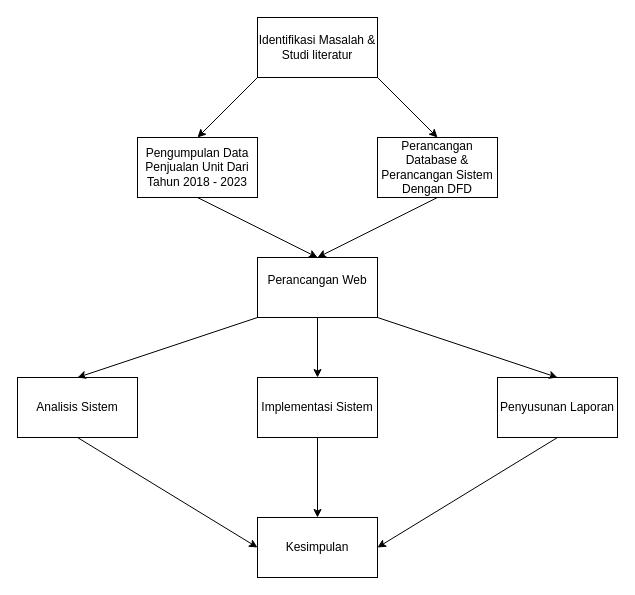
Above: Untitled Diagram.drawio in AkhmadFiqri/Sistemcrudjwd (draw.io), before the change. Source tidied: cells renumbered, new cells numbered last; positions are measured from the earlier drawing's top-left corner, leaving out a move shared by most shapes. Both pictures are drawn from the tidied source at 100%, with x=0, y=0 at pixel (17, 17).
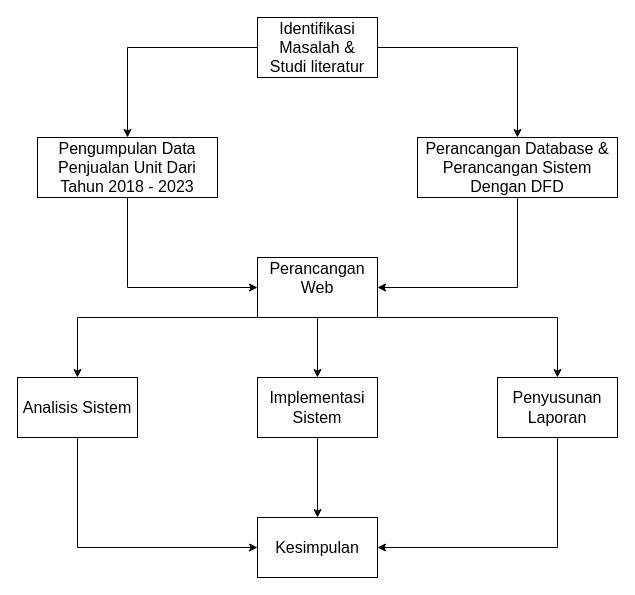
After the change.

Diff of the diagram source:
```diff
@@
-    <mxCell id="2" value="Identifikasi Masalah &amp;amp;&lt;div&gt;Studi literatur&lt;/div&gt;" style="rounded=0;whiteSpace=wrap;html=1;" parent="1" vertex="1">
+    <mxCell id="2" value="Identifikasi Masalah &amp;amp;&lt;div style=&quot;font-size: 16px;&quot;&gt;Studi literatur&lt;/div&gt;" style="rounded=0;whiteSpace=wrap;html=1;fontSize=16;" parent="1" vertex="1">
       <mxGeometry x="240" width="120" height="60" as="geometry" />
     </mxCell>
-    <mxCell id="3" value="Pengumpulan Data Penjualan Unit Dari Tahun 2018 - 2023" style="rounded=0;whiteSpace=wrap;html=1;" parent="1" vertex="1">
-      <mxGeometry x="120" y="120" width="120" height="60" as="geometry" />
+    <mxCell id="3" value="Pengumpulan Data Penjualan Unit Dari Tahun 2018 - 2023" style="rounded=0;whiteSpace=wrap;html=1;fontSize=16;" parent="1" vertex="1">
+      <mxGeometry x="20" y="120" width="180" height="60" as="geometry" />
     </mxCell>
-    <mxCell id="4" value="Perancangan Database &amp;amp; Perancangan Sistem Dengan DFD" style="rounded=0;whiteSpace=wrap;html=1;" parent="1" vertex="1">
-      <mxGeometry x="360" y="120" width="120" height="60" as="geometry" />
+    <mxCell id="4" value="Perancangan Database &amp;amp; Perancangan Sistem Dengan DFD" style="rounded=0;whiteSpace=wrap;html=1;fontSize=16;" parent="1" vertex="1">
+      <mxGeometry x="400" y="120" width="200" height="60" as="geometry" />
     </mxCell>
-    <mxCell id="5" value="Perancangan Web&lt;div&gt;&lt;br&gt;&lt;/div&gt;" style="rounded=0;whiteSpace=wrap;html=1;" parent="1" vertex="1">
+    <mxCell id="5" value="Perancangan Web&lt;div style=&quot;font-size: 16px;&quot;&gt;&lt;br style=&quot;font-size: 16px;&quot;&gt;&lt;/div&gt;" style="rounded=0;whiteSpace=wrap;html=1;fontSize=16;" parent="1" vertex="1">
       <mxGeometry x="240" y="240" width="120" height="60" as="geometry" />
     </mxCell>
-    <mxCell id="6" value="Analisis Sistem" style="rounded=0;whiteSpace=wrap;html=1;" parent="1" vertex="1">
+    <mxCell id="6" value="Analisis Sistem" style="rounded=0;whiteSpace=wrap;html=1;fontSize=16;" parent="1" vertex="1">
       <mxGeometry y="360" width="120" height="60" as="geometry" />
     </mxCell>
-    <mxCell id="7" value="Penyusunan Laporan" style="rounded=0;whiteSpace=wrap;html=1;" parent="1" vertex="1">
+    <mxCell id="7" value="Penyusunan Laporan" style="rounded=0;whiteSpace=wrap;html=1;fontSize=16;" parent="1" vertex="1">
       <mxGeometry x="480" y="360" width="120" height="60" as="geometry" />
     </mxCell>
-    <mxCell id="8" value="Implementasi Sistem" style="rounded=0;whiteSpace=wrap;html=1;" parent="1" vertex="1">
+    <mxCell id="8" value="Implementasi Sistem" style="rounded=0;whiteSpace=wrap;html=1;fontSize=16;" parent="1" vertex="1">
       <mxGeometry x="240" y="360" width="120" height="60" as="geometry" />
     </mxCell>
-    <mxCell id="9" value="Kesimpulan" style="rounded=0;whiteSpace=wrap;html=1;" parent="1" vertex="1">
+    <mxCell id="9" value="Kesimpulan" style="rounded=0;whiteSpace=wrap;html=1;fontSize=16;" parent="1" vertex="1">
       <mxGeometry x="240" y="500" width="120" height="60" as="geometry" />
     </mxCell>
-    <mxCell id="10" style="endArrow=classic;html=1;rounded=0;exitX=1;exitY=1;exitDx=0;exitDy=0;entryX=0.5;entryY=0;entryDx=0;entryDy=0;" parent="1" edge="1" source="2" target="4">
-      <mxGeometry relative="1" as="geometry" />
+    <mxCell id="10" style="endArrow=classic;html=1;rounded=0;exitX=1;exitY=0.5;exitDx=0;exitDy=0;entryX=0.5;entryY=0;entryDx=0;entryDy=0;fontSize=16;" parent="1" edge="1" source="2" target="4">
+      <mxGeometry relative="1" as="geometry">
+        <Array as="points">
+          <mxPoint x="500" y="30" />
+        </Array>
+      </mxGeometry>
     </mxCell>
-    <mxCell id="11" style="endArrow=classic;html=1;rounded=0;exitX=0;exitY=1;exitDx=0;exitDy=0;entryX=0.5;entryY=0;entryDx=0;entryDy=0;" parent="1" edge="1" source="2" target="3">
-      <mxGeometry relative="1" as="geometry" />
+    <mxCell id="11" style="endArrow=classic;html=1;rounded=0;exitX=0;exitY=0.5;exitDx=0;exitDy=0;entryX=0.5;entryY=0;entryDx=0;entryDy=0;fontSize=16;" parent="1" edge="1" source="2" target="3">
+      <mxGeometry relative="1" as="geometry">
+        <Array as="points">
+          <mxPoint x="110" y="30" />
+        </Array>
+      </mxGeometry>
     </mxCell>
-    <mxCell id="12" style="endArrow=classic;html=1;rounded=0;exitX=0.5;exitY=1;exitDx=0;exitDy=0;entryX=0.5;entryY=0;entryDx=0;entryDy=0;" parent="1" edge="1" source="3" target="5">
-      <mxGeometry relative="1" as="geometry" />
+    <mxCell id="12" style="endArrow=classic;html=1;rounded=0;exitX=0.5;exitY=1;exitDx=0;exitDy=0;entryX=0;entryY=0.5;entryDx=0;entryDy=0;fontSize=16;" parent="1" edge="1" source="3" target="5">
+      <mxGeometry relative="1" as="geometry">
+        <Array as="points">
+          <mxPoint x="110" y="270" />
+        </Array>
+      </mxGeometry>
     </mxCell>
-    <mxCell id="13" style="endArrow=classic;html=1;rounded=0;exitX=0.5;exitY=1;exitDx=0;exitDy=0;entryX=0.5;entryY=0;entryDx=0;entryDy=0;" parent="1" edge="1" source="4" target="5">
-      <mxGeometry relative="1" as="geometry" />
+    <mxCell id="13" style="endArrow=classic;html=1;rounded=0;exitX=0.5;exitY=1;exitDx=0;exitDy=0;entryX=1;entryY=0.5;entryDx=0;entryDy=0;fontSize=16;" parent="1" edge="1" source="4" target="5">
+      <mxGeometry relative="1" as="geometry">
+        <Array as="points">
+          <mxPoint x="500" y="270" />
+        </Array>
+      </mxGeometry>
     </mxCell>
-    <mxCell id="14" style="endArrow=classic;html=1;rounded=0;exitX=1;exitY=1;exitDx=0;exitDy=0;entryX=0.5;entryY=0;entryDx=0;entryDy=0;" parent="1" edge="1" source="5" target="7">
-      <mxGeometry relative="1" as="geometry" />
+    <mxCell id="14" style="endArrow=classic;html=1;rounded=0;exitX=1;exitY=1;exitDx=0;exitDy=0;entryX=0.5;entryY=0;entryDx=0;entryDy=0;fontSize=16;" parent="1" edge="1" source="5" target="7">
+      <mxGeometry relative="1" as="geometry">
+        <Array as="points">
+          <mxPoint x="540" y="300" />
+        </Array>
+      </mxGeometry>
     </mxCell>
-    <mxCell id="15" style="endArrow=classic;html=1;rounded=0;exitX=0.5;exitY=1;exitDx=0;exitDy=0;entryX=0.5;entryY=0;entryDx=0;entryDy=0;" parent="1" edge="1" source="5" target="8">
+    <mxCell id="15" style="endArrow=classic;html=1;rounded=0;exitX=0.5;exitY=1;exitDx=0;exitDy=0;entryX=0.5;entryY=0;entryDx=0;entryDy=0;fontSize=16;" parent="1" edge="1" source="5" target="8">
       <mxGeometry relative="1" as="geometry" />
     </mxCell>
-    <mxCell id="16" style="endArrow=classic;html=1;rounded=0;exitX=0;exitY=1;exitDx=0;exitDy=0;entryX=0.5;entryY=0;entryDx=0;entryDy=0;" parent="1" edge="1" source="5" target="6">
-      <mxGeometry relative="1" as="geometry" />
+    <mxCell id="16" style="endArrow=classic;html=1;rounded=0;exitX=0;exitY=1;exitDx=0;exitDy=0;entryX=0.5;entryY=0;entryDx=0;entryDy=0;fontSize=16;" parent="1" edge="1" source="5" target="6">
+      <mxGeometry relative="1" as="geometry">
+        <Array as="points">
+          <mxPoint x="60" y="300" />
+        </Array>
+      </mxGeometry>
     </mxCell>
-    <mxCell id="17" style="endArrow=classic;html=1;rounded=0;exitX=0.5;exitY=1;exitDx=0;exitDy=0;entryX=0.5;entryY=0;entryDx=0;entryDy=0;" parent="1" edge="1" source="8" target="9">
+    <mxCell id="17" style="endArrow=classic;html=1;rounded=0;exitX=0.5;exitY=1;exitDx=0;exitDy=0;entryX=0.5;entryY=0;entryDx=0;entryDy=0;fontSize=16;" parent="1" edge="1" source="8" target="9">
       <mxGeometry relative="1" as="geometry" />
     </mxCell>
-    <mxCell id="18" style="endArrow=classic;html=1;rounded=0;exitX=0.5;exitY=1;exitDx=0;exitDy=0;entryX=0;entryY=0.5;entryDx=0;entryDy=0;" parent="1" edge="1" source="6" target="9">
-      <mxGeometry relative="1" as="geometry" />
+    <mxCell id="18" style="endArrow=classic;html=1;rounded=0;exitX=0.5;exitY=1;exitDx=0;exitDy=0;entryX=0;entryY=0.5;entryDx=0;entryDy=0;fontSize=16;" parent="1" edge="1" source="6" target="9">
+      <mxGeometry relative="1" as="geometry">
+        <Array as="points">
+          <mxPoint x="60" y="530" />
+        </Array>
+      </mxGeometry>
     </mxCell>
-    <mxCell id="19" style="endArrow=classic;html=1;rounded=0;exitX=0.5;exitY=1;exitDx=0;exitDy=0;entryX=1;entryY=0.5;entryDx=0;entryDy=0;" parent="1" edge="1" source="7" target="9">
-      <mxGeometry relative="1" as="geometry" />
+    <mxCell id="19" style="endArrow=classic;html=1;rounded=0;exitX=0.5;exitY=1;exitDx=0;exitDy=0;entryX=1;entryY=0.5;entryDx=0;entryDy=0;fontSize=16;" parent="1" edge="1" source="7" target="9">
+      <mxGeometry relative="1" as="geometry">
+        <Array as="points">
+          <mxPoint x="540" y="530" />
+        </Array>
+      </mxGeometry>
     </mxCell>
```
